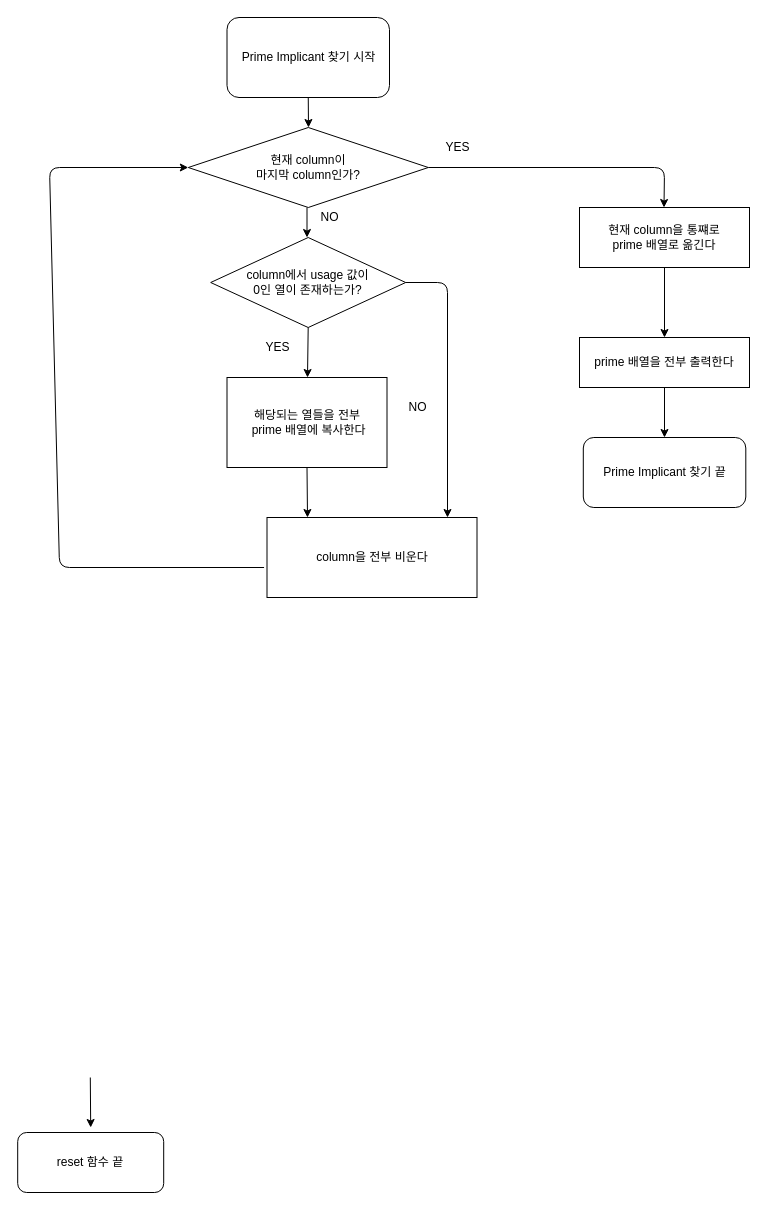
Before: 순서도/Prime.drawio in aaron-rev/QuinMc_C2Plus, a draw.io diagram. Source tidied: cells renumbered, new cells numbered last; positions are measured from the earlier drawing's top-left corner, leaving out a move shared by most shapes. Both pictures are drawn from the tidied source at 100%, with x=0, y=0 at pixel (17, 17).
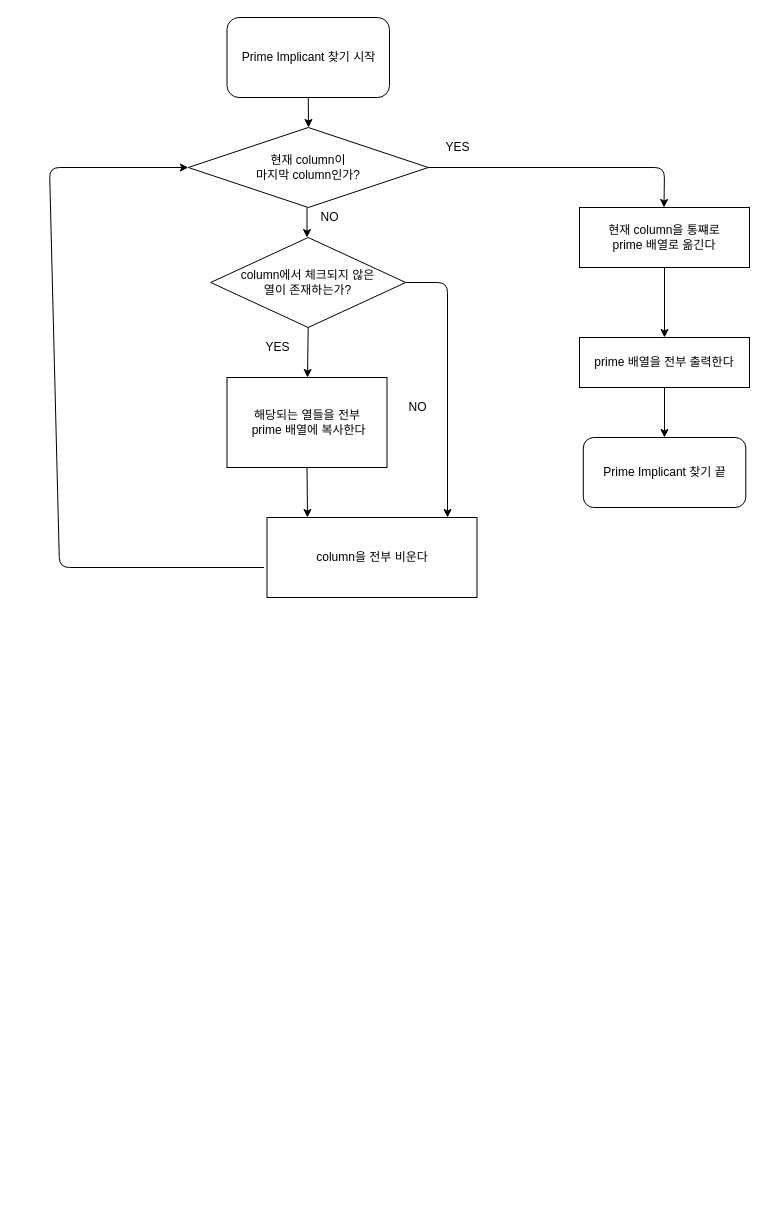
Above is the later version.

What changed in the source:
```diff
@@
-    <mxCell id="2" value="column에서 usage 값이&lt;br&gt;0인 열이 존재하는가?" style="rhombus;whiteSpace=wrap;html=1;" parent="1" vertex="1">
+    <mxCell id="2" value="column에서 체크되지 않은&lt;br&gt;열이 존재하는가?" style="rhombus;whiteSpace=wrap;html=1;" parent="1" vertex="1">
       <mxGeometry x="193.2" y="220" width="195" height="90" as="geometry" />
     </mxCell>
@@
-    <mxCell id="11" style="endArrow=classic;html=1;exitX=0.5;exitY=1;exitDx=0;exitDy=0;" parent="1" edge="1">
-      <mxGeometry relative="1" as="geometry">
-        <mxPoint x="72.8" y="1060" as="sourcePoint" />
-        <mxPoint x="73.2" y="1110" as="targetPoint" />
-      </mxGeometry>
-    </mxCell>
-    <mxCell id="12" value="reset 함수 끝" style="rounded=1;whiteSpace=wrap;html=1;" parent="1" vertex="1">
-      <mxGeometry x="0.2" y="1115" width="146" height="60" as="geometry" />
-    </mxCell>
```
